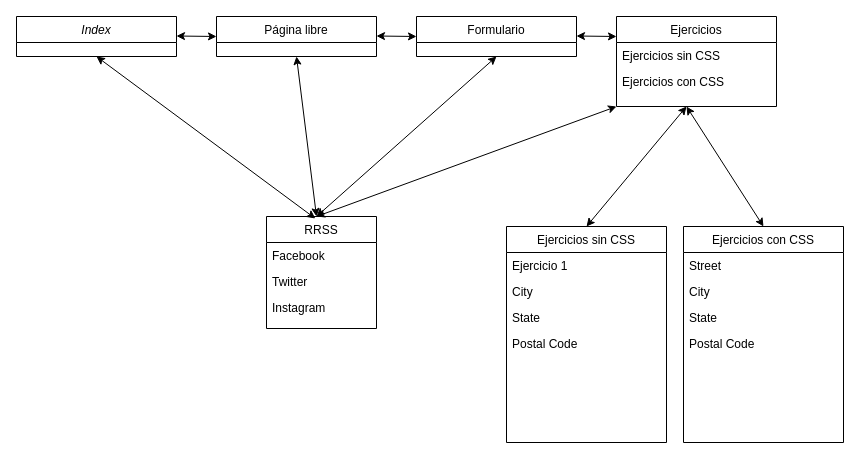
This is diagrama/Diagrama.drawio from Chupacharcas/ProyectoFinal, a draw.io file, before an edit. Source tidied: cells renumbered, new cells numbered last; positions are measured from the earlier drawing's top-left corner, leaving out a move shared by most shapes. Both pictures are drawn from the tidied source at 100%, with x=0, y=0 at pixel (16, 16).
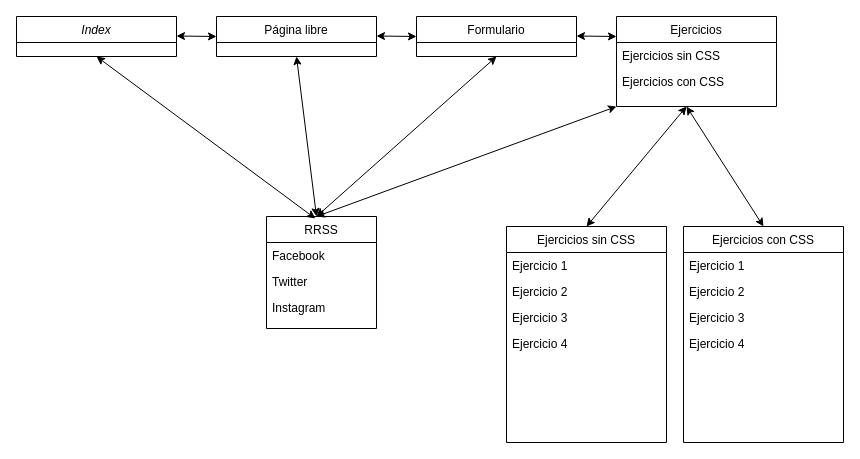
The same page after the edit.

The change refers to these unchanged cells:
```xml
<mxCell id="9" value="Ejercicios sin CSS&#10;" style="swimlane;fontStyle=0;align=center;verticalAlign=top;horizontal=1;startSize=26;rounded=0;shadow=0;strokeWidth=1;" parent="1" vertex="1">
  <mxGeometry x="490" y="210" width="160" height="216" as="geometry" />
</mxCell>
<mxCell id="14" value="Ejercicios con CSS&#10;" style="swimlane;fontStyle=0;align=center;verticalAlign=top;horizontal=1;startSize=26;rounded=0;shadow=0;strokeWidth=1;" parent="1" vertex="1">
  <mxGeometry x="667" y="210" width="160" height="216" as="geometry" />
</mxCell>
```

Diff of the diagram source:
```diff
@@
-    <mxCell id="11" value="City" style="text;align=left;verticalAlign=top;spacingLeft=4;spacingRight=4;overflow=hidden;rounded=0;shadow=0;html=0;" parent="9" vertex="1">
+    <mxCell id="11" value="Ejercicio 2&#10;" style="text;align=left;verticalAlign=top;spacingLeft=4;spacingRight=4;overflow=hidden;rounded=0;shadow=0;html=0;" parent="9" vertex="1">
       <mxGeometry y="52" width="160" height="26" as="geometry" />
     </mxCell>
-    <mxCell id="12" value="State" style="text;align=left;verticalAlign=top;spacingLeft=4;spacingRight=4;overflow=hidden;rounded=0;shadow=0;html=0;" parent="9" vertex="1">
+    <mxCell id="12" value="Ejercicio 3" style="text;align=left;verticalAlign=top;spacingLeft=4;spacingRight=4;overflow=hidden;rounded=0;shadow=0;html=0;" parent="9" vertex="1">
       <mxGeometry y="78" width="160" height="26" as="geometry" />
     </mxCell>
-    <mxCell id="13" value="Postal Code" style="text;align=left;verticalAlign=top;spacingLeft=4;spacingRight=4;overflow=hidden;rounded=0;shadow=0;html=0;" parent="9" vertex="1">
+    <mxCell id="13" value="Ejercicio 4&#10;" style="text;align=left;verticalAlign=top;spacingLeft=4;spacingRight=4;overflow=hidden;rounded=0;shadow=0;html=0;" parent="9" vertex="1">
       <mxGeometry y="104" width="160" height="26" as="geometry" />
     </mxCell>
@@
-    <mxCell id="15" value="Street" style="text;align=left;verticalAlign=top;spacingLeft=4;spacingRight=4;overflow=hidden;" parent="14" vertex="1">
-      <mxGeometry y="26" width="160" height="26" as="geometry" />
-    </mxCell>
-    <mxCell id="16" value="City" style="text;align=left;verticalAlign=top;spacingLeft=4;spacingRight=4;overflow=hidden;rounded=0;shadow=0;html=0;" parent="14" vertex="1">
-      <mxGeometry y="52" width="160" height="26" as="geometry" />
-    </mxCell>
-    <mxCell id="17" value="State" style="text;align=left;verticalAlign=top;spacingLeft=4;spacingRight=4;overflow=hidden;rounded=0;shadow=0;html=0;" parent="14" vertex="1">
-      <mxGeometry y="78" width="160" height="26" as="geometry" />
-    </mxCell>
-    <mxCell id="18" value="Postal Code" style="text;align=left;verticalAlign=top;spacingLeft=4;spacingRight=4;overflow=hidden;rounded=0;shadow=0;html=0;" parent="14" vertex="1">
-      <mxGeometry y="104" width="160" height="26" as="geometry" />
-    </mxCell>
+    <mxCell id="32" value="Ejercicio 1" style="text;align=left;verticalAlign=top;spacingLeft=4;spacingRight=4;overflow=hidden;" parent="14" vertex="1">
+      <mxGeometry y="26" width="160" height="26" as="geometry" />
+    </mxCell>
+    <mxCell id="33" value="Ejercicio 2&#10;" style="text;align=left;verticalAlign=top;spacingLeft=4;spacingRight=4;overflow=hidden;rounded=0;shadow=0;html=0;" parent="14" vertex="1">
+      <mxGeometry y="52" width="160" height="26" as="geometry" />
+    </mxCell>
+    <mxCell id="34" value="Ejercicio 3" style="text;align=left;verticalAlign=top;spacingLeft=4;spacingRight=4;overflow=hidden;rounded=0;shadow=0;html=0;" parent="14" vertex="1">
+      <mxGeometry y="78" width="160" height="26" as="geometry" />
+    </mxCell>
+    <mxCell id="35" value="Ejercicio 4&#10;" style="text;align=left;verticalAlign=top;spacingLeft=4;spacingRight=4;overflow=hidden;rounded=0;shadow=0;html=0;" parent="14" vertex="1">
+      <mxGeometry y="104" width="160" height="26" as="geometry" />
+    </mxCell>
```
